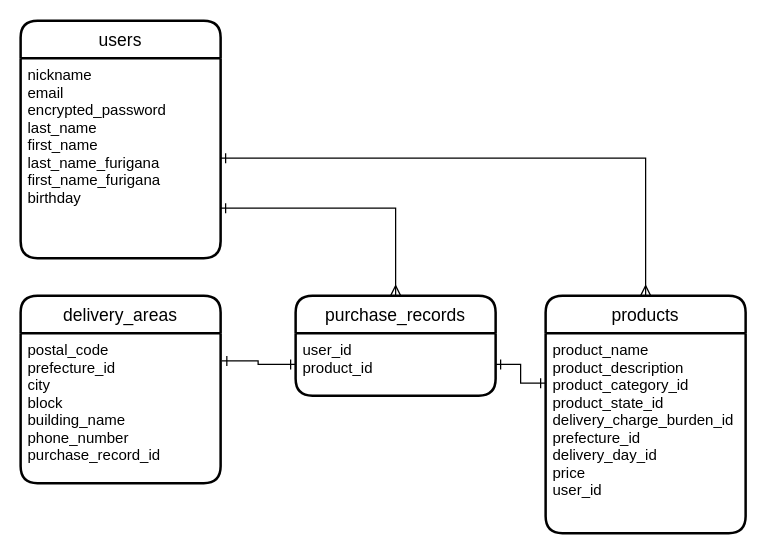
Before: er.dio in HijiriOkuhara/furima-36024, a draw.io diagram. Source tidied: cells renumbered, new cells numbered last; positions are measured from the earlier drawing's top-left corner, leaving out a move shared by most shapes. Both pictures are drawn from the tidied source at 125%, with x=0, y=0 at pixel (20, 20).
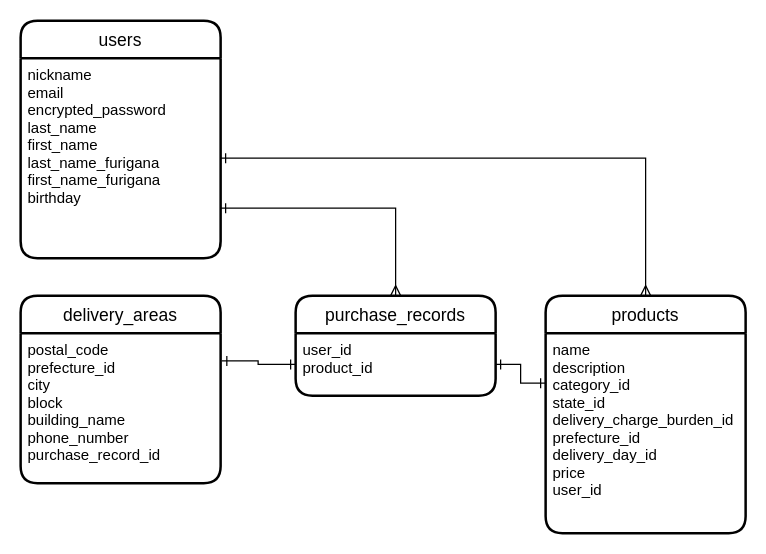
After the change.

Commit message (it also covers changes not shown here):
productsテーブルのカラム名を修正

The edit, as a diff of the source:
```diff
@@
 <mxGraphModel>
   <root>
     <mxCell id="0" />
     <mxCell id="1" parent="0" />
     <mxCell id="2" value="users" style="swimlane;horizontal=1;startSize=30;rounded=1;fontSize=14;fontStyle=0;strokeWidth=2;shadow=0;dashed=0;align=center;" parent="1" vertex="1">
       <mxGeometry width="160" height="190" as="geometry" />
     </mxCell>
     <mxCell id="3" value="nickname&#10;email&#10;encrypted_password&#10;last_name&#10;first_name&#10;last_name_furigana&#10;first_name_furigana&#10;birthday" style="align=left;strokeColor=none;fillColor=none;spacingLeft=4;fontSize=12;verticalAlign=top;" parent="2" vertex="1">
       <mxGeometry y="30" width="160" height="160" as="geometry" />
     </mxCell>
     <mxCell id="4" value="products" style="swimlane;horizontal=1;startSize=30;rounded=1;fontSize=14;fontStyle=0;strokeWidth=2;shadow=0;dashed=0;align=center;" parent="1" vertex="1">
       <mxGeometry x="420" y="220" width="160" height="190" as="geometry" />
     </mxCell>
-    <mxCell id="5" value="product_name&#10;product_description&#10;product_category_id&#10;product_state_id&#10;delivery_charge_burden_id&#10;prefecture_id&#10;delivery_day_id&#10;price&#10;user_id" style="align=left;strokeColor=none;fillColor=none;spacingLeft=4;fontSize=12;verticalAlign=top;" parent="4" vertex="1">
+    <mxCell id="5" value="name&#10;description&#10;category_id&#10;state_id&#10;delivery_charge_burden_id&#10;prefecture_id&#10;delivery_day_id&#10;price&#10;user_id" style="align=left;strokeColor=none;fillColor=none;spacingLeft=4;fontSize=12;verticalAlign=top;" parent="4" vertex="1">
       <mxGeometry y="30" width="160" height="160" as="geometry" />
     </mxCell>
     <mxCell id="6" value="purchase_records" style="swimlane;horizontal=1;startSize=30;rounded=1;fontSize=14;fontStyle=0;strokeWidth=2;shadow=0;dashed=0;align=center;" parent="1" vertex="1">
       <mxGeometry x="220" y="220" width="160" height="80" as="geometry" />
     </mxCell>
     <mxCell id="7" value="user_id&#10;product_id" style="align=left;strokeColor=none;fillColor=none;spacingLeft=4;fontSize=12;verticalAlign=top;" parent="6" vertex="1">
       <mxGeometry y="30" width="160" height="50" as="geometry" />
     </mxCell>
     <mxCell id="8" value="delivery_areas" style="swimlane;horizontal=1;startSize=30;rounded=1;fontSize=14;fontStyle=0;strokeWidth=2;shadow=0;dashed=0;align=center;" parent="1" vertex="1">
       <mxGeometry y="220" width="160" height="150" as="geometry" />
     </mxCell>
     <mxCell id="9" value="postal_code&#10;prefecture_id&#10;city&#10;block&#10;building_name&#10;phone_number&#10;purchase_record_id" style="align=left;strokeColor=none;fillColor=none;spacingLeft=4;fontSize=12;verticalAlign=top;" parent="8" vertex="1">
       <mxGeometry y="30" width="160" height="120" as="geometry" />
     </mxCell>
     <mxCell id="10" style="edgeStyle=orthogonalEdgeStyle;rounded=0;jettySize=auto;html=1;exitX=1;exitY=0.5;exitDx=0;exitDy=0;entryX=0.5;entryY=0;entryDx=0;entryDy=0;startArrow=ERone;startFill=0;endArrow=ERmany;endFill=0;" parent="1" edge="1" source="3" target="4">
       <mxGeometry relative="1" as="geometry" />
     </mxCell>
     <mxCell id="11" style="edgeStyle=orthogonalEdgeStyle;rounded=0;jettySize=auto;html=1;exitX=1;exitY=0.5;exitDx=0;exitDy=0;entryX=0;entryY=0.25;entryDx=0;entryDy=0;startArrow=ERone;startFill=0;endArrow=ERone;endFill=0;" parent="1" edge="1" source="7" target="5">
       <mxGeometry relative="1" as="geometry" />
     </mxCell>
     <mxCell id="12" style="edgeStyle=orthogonalEdgeStyle;rounded=0;jettySize=auto;html=1;exitX=0;exitY=0.5;exitDx=0;exitDy=0;entryX=1.006;entryY=0.185;entryDx=0;entryDy=0;entryPerimeter=0;startArrow=ERone;startFill=0;endArrow=ERone;endFill=0;" parent="1" edge="1" source="7" target="9">
       <mxGeometry relative="1" as="geometry" />
     </mxCell>
     <mxCell id="13" style="edgeStyle=orthogonalEdgeStyle;rounded=0;jettySize=auto;html=1;exitX=1;exitY=0.75;exitDx=0;exitDy=0;entryX=0.5;entryY=0;entryDx=0;entryDy=0;startArrow=ERone;startFill=0;endArrow=ERmany;endFill=0;" parent="1" edge="1" source="3" target="6">
       <mxGeometry relative="1" as="geometry" />
     </mxCell>
   </root>
 </mxGraphModel>
```
